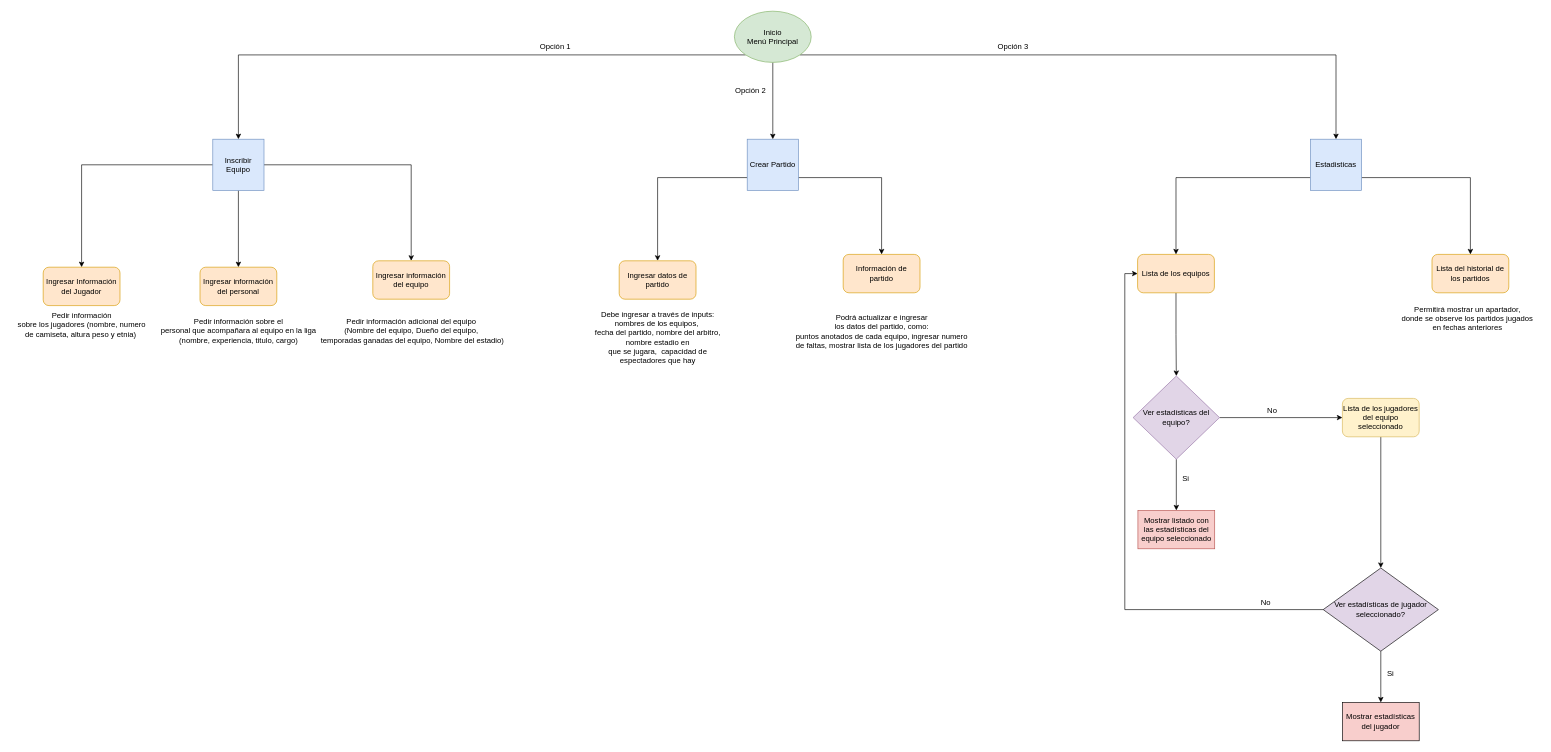
This is ArboldeNavegacion.drawio from Trompitas-team-SA/Diagramas-e-informacion-del-proyecto, a draw.io file, before an edit. Source tidied: cells renumbered, new cells numbered last; positions are measured from the earlier drawing's top-left corner, leaving out a move shared by most shapes. Both pictures are drawn from the tidied source at 64%, with x=0, y=0 at pixel (11, 11).
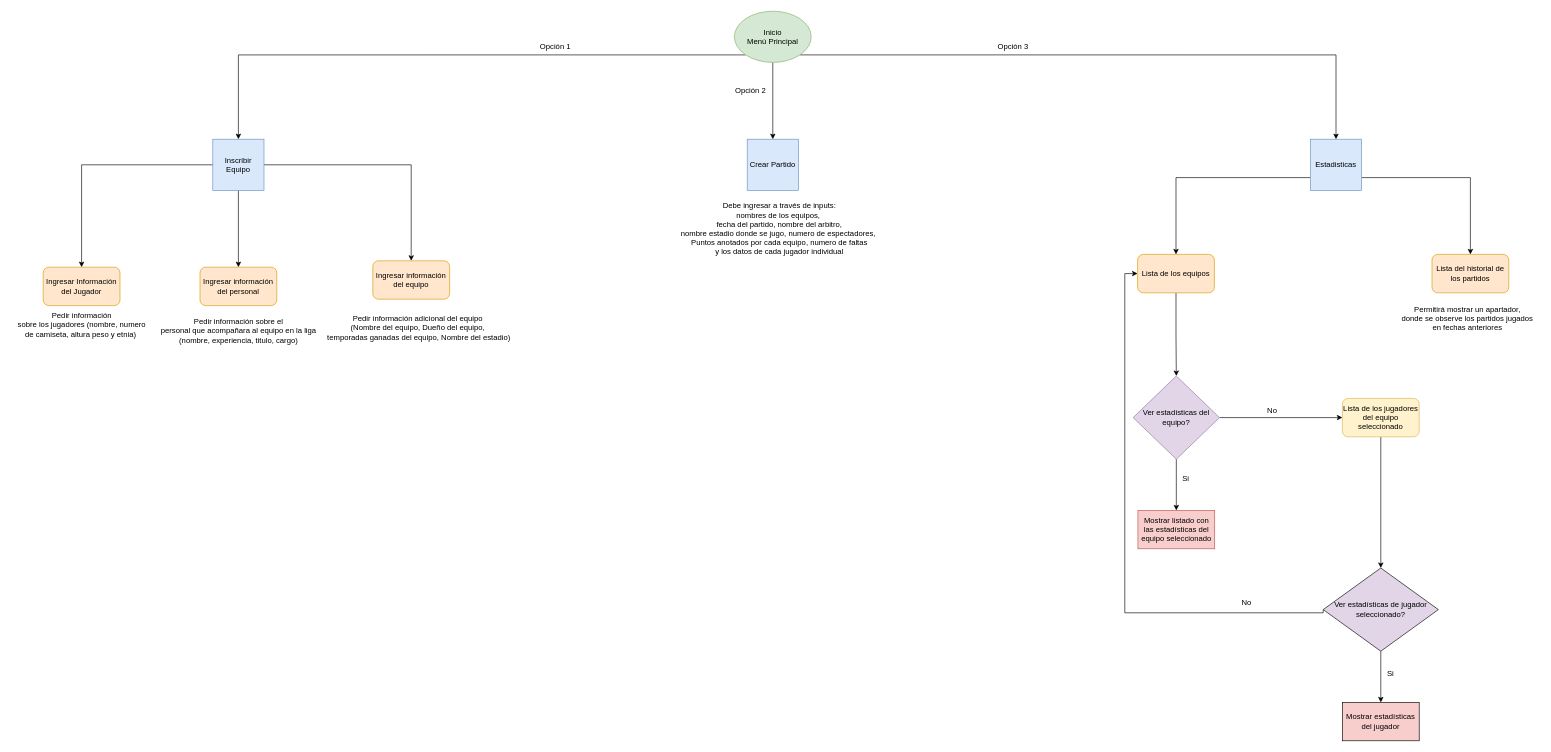
After the change.

Commit message (it also covers changes not shown here):
SRS y arbol de navegacion actualizados

Unchanged cells that the change refers to:
```xml
<mxCell id="12" value="Crear Partido" style="whiteSpace=wrap;html=1;fillColor=#dae8fc;strokeColor=#6c8ebf;" parent="1" vertex="1">
  <mxGeometry x="1150" y="200" width="80" height="80" as="geometry" />
</mxCell>
<mxCell id="30" value="Lista de los equipos" style="rounded=1;whiteSpace=wrap;html=1;fillColor=#ffe6cc;strokeColor=#d79b00;" parent="1" vertex="1">
  <mxGeometry x="1760" y="380" width="120" height="60" as="geometry" />
</mxCell>
<mxCell id="43" value="Ver estadísticas de jugador seleccionado?" style="rhombus;whiteSpace=wrap;html=1;fillColor=#E1D5E7;" parent="1" vertex="1">
  <mxGeometry x="2050" y="870" width="180" height="130" as="geometry" />
</mxCell>
```

Diff of the diagram source:
```diff
@@
-    <mxCell id="10" style="edgeStyle=orthogonalEdgeStyle;rounded=0;jettySize=auto;html=1;exitX=0;exitY=0.75;exitDx=0;exitDy=0;entryX=0.5;entryY=0;entryDx=0;entryDy=0;" parent="1" edge="1" source="12" target="25">
-      <mxGeometry relative="1" as="geometry" />
-    </mxCell>
-    <mxCell id="11" style="edgeStyle=orthogonalEdgeStyle;rounded=0;jettySize=auto;html=1;exitX=1;exitY=0.75;exitDx=0;exitDy=0;entryX=0.5;entryY=0;entryDx=0;entryDy=0;" parent="1" edge="1" source="12" target="27">
-      <mxGeometry relative="1" as="geometry" />
-    </mxCell>
@@
     <mxCell id="24" value="Pedir información adicional del equipo&lt;br&gt;(Nombre del equipo, Dueño del equipo,&lt;br&gt;&amp;nbsp;temporadas ganadas del equipo,&amp;nbsp;Nombre del estadio)" style="text;html=1;align=center;verticalAlign=middle;strokeColor=none;fillColor=none;" parent="1" vertex="1">
-      <mxGeometry x="470" y="470" width="310" height="60" as="geometry" />
+      <mxGeometry x="480" y="465" width="310" height="60" as="geometry" />
     </mxCell>
-    <mxCell id="25" value="Ingresar datos de partido" style="rounded=1;whiteSpace=wrap;html=1;fillColor=#ffe6cc;strokeColor=#d79b00;" parent="1" vertex="1">
-      <mxGeometry x="950" y="390" width="120" height="60" as="geometry" />
-    </mxCell>
-    <mxCell id="26" value="Debe ingresar a través de inputs: &lt;br&gt;nombres de los equipos,&amp;nbsp;&lt;br&gt;fecha del partido, nombre del arbitro, &lt;br&gt;nombre estadio en &lt;br&gt;que se jugara,&amp;nbsp; capacidad de &lt;br&gt;espectadores que hay" style="text;html=1;align=center;verticalAlign=middle;strokeColor=none;fillColor=none;" parent="1" vertex="1">
-      <mxGeometry x="900" y="460" width="220" height="100" as="geometry" />
+    <mxCell id="26" value="Debe ingresar a través de inputs: &lt;br&gt;nombres de los equipos,&amp;nbsp;&lt;br&gt;fecha del partido, nombre del arbitro, &lt;br&gt;nombre estadio donde se jugo, numero de espectadores,&amp;nbsp;&lt;br&gt;Puntos anotados por cada equipo, numero de faltas&lt;br&gt;y los datos de cada jugador individual" style="text;html=1;align=center;verticalAlign=middle;strokeColor=none;fillColor=none;" parent="1" vertex="1">
+      <mxGeometry x="1035" y="290" width="330" height="100" as="geometry" />
     </mxCell>
-    <mxCell id="27" value="Información de partido" style="rounded=1;whiteSpace=wrap;html=1;fillColor=#ffe6cc;strokeColor=#d79b00;" parent="1" vertex="1">
-      <mxGeometry x="1300" y="380" width="120" height="60" as="geometry" />
-    </mxCell>
-    <mxCell id="28" value="Podrá actualizar e ingresar &lt;br&gt;los datos del partido, como:&lt;br&gt;puntos anotados de cada equipo, ingresar numero &lt;br&gt;de faltas, mostrar lista de los jugadores del partido" style="text;html=1;align=center;verticalAlign=middle;strokeColor=none;fillColor=none;" parent="1" vertex="1">
-      <mxGeometry x="1215" y="465" width="290" height="70" as="geometry" />
-    </mxCell>
@@
     <mxCell id="42" style="edgeStyle=orthogonalEdgeStyle;rounded=0;jettySize=auto;html=1;exitX=0;exitY=0.5;exitDx=0;exitDy=0;entryX=0;entryY=0.5;entryDx=0;entryDy=0;" parent="1" edge="1" source="43" target="30">
-      <mxGeometry relative="1" as="geometry" />
+      <mxGeometry relative="1" as="geometry">
+        <Array as="points">
+          <mxPoint x="2050" y="940" />
+          <mxPoint x="1740" y="940" />
+          <mxPoint x="1740" y="410" />
+        </Array>
+      </mxGeometry>
     </mxCell>
@@
     <mxCell id="46" value="No" style="text;html=1;align=center;verticalAlign=middle;strokeColor=none;fillColor=none;" parent="1" vertex="1">
-      <mxGeometry x="1940" y="910" width="40" height="30" as="geometry" />
+      <mxGeometry x="1910" y="910" width="40" height="30" as="geometry" />
     </mxCell>
```
